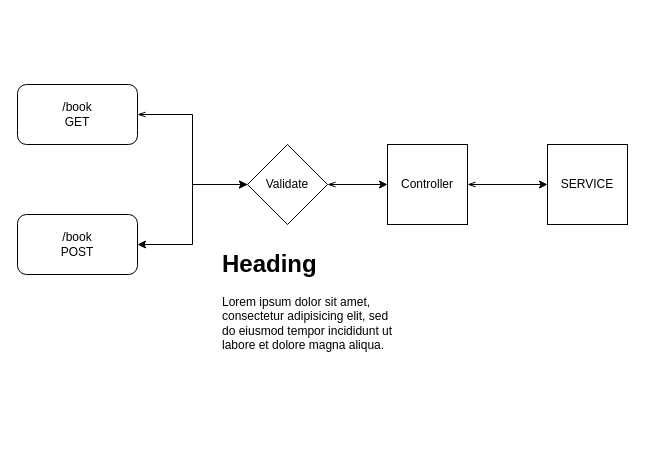
jobinvcm/bookstore keeps this draw.io diagram as class-diagram.drawio. Above is the earlier version. Source tidied: cells renumbered, new cells numbered last; positions are measured from the earlier drawing's top-left corner, leaving out a move shared by most shapes. Both pictures are drawn from the tidied source at 100%, with x=0, y=0 at pixel (17, 84).
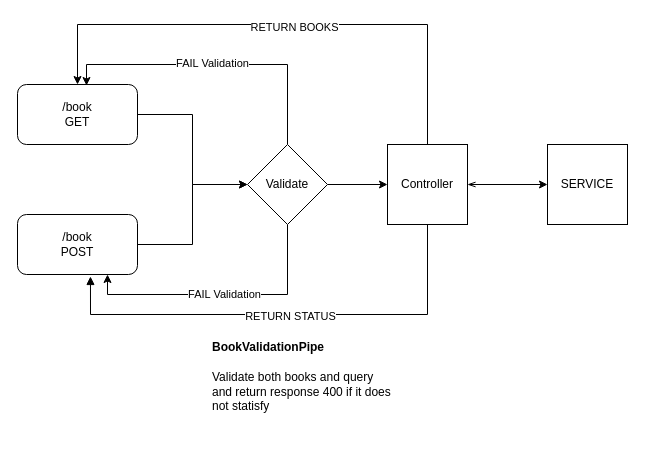
The same diagram, later.

The change refers to these unchanged cells:
```xml
<mxCell id="3" value="/book&lt;br&gt;GET" style="rounded=1;whiteSpace=wrap;html=1;" parent="1" vertex="1">
  <mxGeometry width="120" height="60" as="geometry" />
</mxCell>
<mxCell id="5" value="/book&lt;br&gt;POST" style="rounded=1;whiteSpace=wrap;html=1;" parent="1" vertex="1">
  <mxGeometry y="130" width="120" height="60" as="geometry" />
</mxCell>
<mxCell id="7" value="Validate" style="rhombus;whiteSpace=wrap;html=1;" parent="1" vertex="1">
  <mxGeometry x="230" y="60" width="80" height="80" as="geometry" />
</mxCell>
<mxCell id="9" value="Controller" style="whiteSpace=wrap;html=1;" parent="1" vertex="1">
  <mxGeometry x="370" y="60" width="80" height="80" as="geometry" />
</mxCell>
```

What changed in the source:
```diff
@@
-    <mxCell id="2" style="edgeStyle=orthogonalEdgeStyle;rounded=0;jettySize=auto;html=1;entryX=0;entryY=0.5;entryDx=0;entryDy=0;startArrow=openThin;startFill=0;" parent="1" edge="1" source="3" target="7">
+    <mxCell id="2" style="edgeStyle=orthogonalEdgeStyle;rounded=0;jettySize=auto;html=1;entryX=0;entryY=0.5;entryDx=0;entryDy=0;startArrow=none;startFill=0;" parent="1" edge="1" source="3" target="7">
       <mxGeometry relative="1" as="geometry" />
     </mxCell>
@@
-    <mxCell id="4" style="edgeStyle=orthogonalEdgeStyle;rounded=0;jettySize=auto;html=1;entryX=0;entryY=0.5;entryDx=0;entryDy=0;startArrow=classic;startFill=1;" parent="1" edge="1" source="5" target="7">
+    <mxCell id="4" style="edgeStyle=orthogonalEdgeStyle;rounded=0;jettySize=auto;html=1;entryX=0;entryY=0.5;entryDx=0;entryDy=0;startArrow=none;startFill=0;" parent="1" edge="1" source="5" target="7">
       <mxGeometry relative="1" as="geometry" />
     </mxCell>
@@
-    <mxCell id="6" style="edgeStyle=orthogonalEdgeStyle;rounded=0;jettySize=auto;html=1;startArrow=openThin;startFill=0;" parent="1" edge="1" source="7" target="9">
+    <mxCell id="6" style="edgeStyle=orthogonalEdgeStyle;rounded=0;jettySize=auto;html=1;startArrow=none;startFill=0;" parent="1" edge="1" source="7" target="9">
       <mxGeometry relative="1" as="geometry" />
     </mxCell>
+    <mxCell id="12" style="edgeStyle=orthogonalEdgeStyle;rounded=0;jettySize=auto;html=1;entryX=0.75;entryY=1;entryDx=0;entryDy=0;startArrow=none;startFill=0;" parent="1" edge="1" source="7" target="5">
+      <mxGeometry relative="1" as="geometry">
+        <Array as="points">
+          <mxPoint x="270" y="210" />
+          <mxPoint x="90" y="210" />
+        </Array>
+      </mxGeometry>
+    </mxCell>
+    <mxCell id="13" value="FAIL Validation" style="edgeLabel;html=1;align=center;verticalAlign=middle;" parent="12" vertex="1">
+      <mxGeometry x="-0.01" y="-1" relative="1" as="geometry" />
+    </mxCell>
+    <mxCell id="14" style="edgeStyle=orthogonalEdgeStyle;rounded=0;jettySize=auto;html=1;entryX=0.575;entryY=0.017;entryDx=0;entryDy=0;entryPerimeter=0;startArrow=none;startFill=0;" parent="1" edge="1" source="7" target="3">
+      <mxGeometry relative="1" as="geometry">
+        <Array as="points">
+          <mxPoint x="270" y="-20" />
+          <mxPoint x="69" y="-20" />
+        </Array>
+      </mxGeometry>
+    </mxCell>
+    <mxCell id="15" value="FAIL Validation" style="edgeLabel;html=1;align=center;verticalAlign=middle;" parent="14" vertex="1">
+      <mxGeometry x="0.03" y="-2" relative="1" as="geometry" />
+    </mxCell>
@@
+    <mxCell id="16" style="edgeStyle=orthogonalEdgeStyle;rounded=0;jettySize=auto;html=1;entryX=0.5;entryY=0;entryDx=0;entryDy=0;startArrow=none;startFill=0;endArrow=classic;endFill=1;" parent="1" edge="1" source="9" target="3">
+      <mxGeometry relative="1" as="geometry">
+        <Array as="points">
+          <mxPoint x="410" y="-60" />
+          <mxPoint x="60" y="-60" />
+        </Array>
+      </mxGeometry>
+    </mxCell>
+    <mxCell id="17" value="RETURN BOOKS" style="edgeLabel;html=1;align=center;verticalAlign=middle;" parent="16" vertex="1">
+      <mxGeometry x="-0.04" y="2" relative="1" as="geometry" />
+    </mxCell>
+    <mxCell id="18" style="edgeStyle=orthogonalEdgeStyle;rounded=0;jettySize=auto;html=1;entryX=0.608;entryY=1.033;entryDx=0;entryDy=0;entryPerimeter=0;startArrow=none;startFill=0;endArrow=block;endFill=1;" parent="1" edge="1" source="9" target="5">
+      <mxGeometry relative="1" as="geometry">
+        <Array as="points">
+          <mxPoint x="410" y="230" />
+          <mxPoint x="73" y="230" />
+        </Array>
+      </mxGeometry>
+    </mxCell>
+    <mxCell id="19" value="RETURN STATUS" style="edgeLabel;html=1;align=center;verticalAlign=middle;" parent="18" vertex="1">
+      <mxGeometry x="-0.02" y="1" relative="1" as="geometry" />
+    </mxCell>
@@
-    <mxCell id="11" value="&lt;h1&gt;Heading&lt;/h1&gt;&lt;p&gt;Lorem ipsum dolor sit amet, consectetur adipisicing elit, sed do eiusmod tempor incididunt ut labore et dolore magna aliqua.&lt;/p&gt;" style="text;html=1;strokeColor=none;fillColor=none;spacing=5;spacingTop=-20;whiteSpace=wrap;overflow=hidden;rounded=0;" parent="1" vertex="1">
-      <mxGeometry x="200" y="160" width="190" height="120" as="geometry" />
+    <mxCell id="11" value="&lt;h4&gt;BookValidationPipe&lt;/h4&gt;&lt;p&gt;Validate both books and query and return response 400 if it does not statisfy&lt;/p&gt;" style="text;html=1;strokeColor=none;fillColor=none;spacing=5;spacingTop=-20;whiteSpace=wrap;overflow=hidden;rounded=0;" parent="1" vertex="1">
+      <mxGeometry x="190" y="250" width="190" height="120" as="geometry" />
     </mxCell>
```
